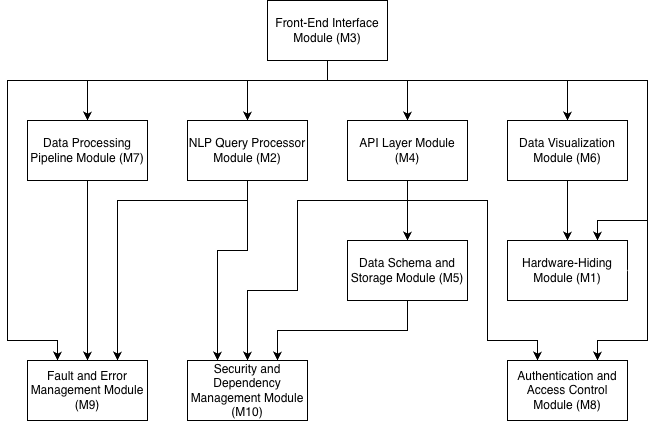
Above: docs/Design/SoftArchitecture/Uses Hierarchy.png in NathanPerry11/OCD-Rat-Infrastructure (draw.io), before the change. Source tidied: cells renumbered, new cells last; positions are measured from the earlier drawing's top-left corner, leaving out a move shared by most shapes.
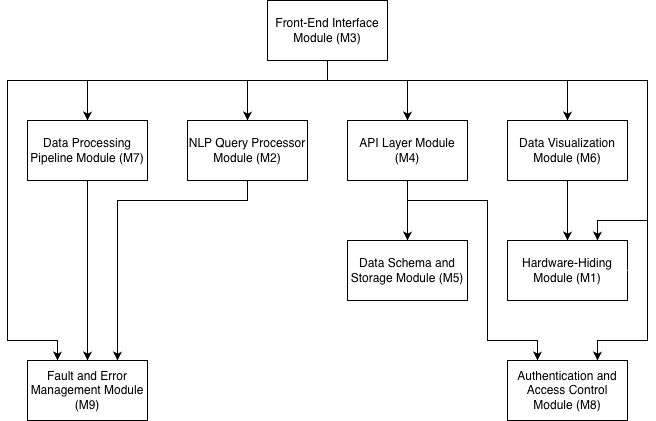
The same diagram one commit later.

Commit message:
Changed Use Hierarchy Diagram

Change to the diagram source:
```diff
@@ -16,14 +16,6 @@
         </Array>
       </mxGeometry>
     </mxCell>
-    <mxCell id="5" style="edgeStyle=orthogonalEdgeStyle;rounded=0;jettySize=auto;html=1;entryX=0.25;entryY=0;entryDx=0;entryDy=0;strokeColor=light-dark(#000000,#000000);" parent="1" edge="1" source="6" target="27">
-      <mxGeometry relative="1" as="geometry">
-        <Array as="points">
-          <mxPoint x="240" y="250" />
-          <mxPoint x="210" y="250" />
-        </Array>
-      </mxGeometry>
-    </mxCell>
     <mxCell id="6" value="&lt;font style=&quot;color: light-dark(rgb(0, 0, 0), rgb(0, 0, 0));&quot;&gt;NLP Query Processor Module (M2)&lt;/font&gt;" style="rounded=0;whiteSpace=wrap;html=1;fillColor=light-dark(#FFFFFF,#FFFFFF);perimeterSpacing=0;strokeWidth=1;strokeColor=light-dark(#000000,#000000);" parent="1" vertex="1">
       <mxGeometry x="180" y="120" width="120" height="60" as="geometry" />
     </mxCell>
@@ -95,17 +87,6 @@
     <mxCell id="15" style="edgeStyle=orthogonalEdgeStyle;rounded=0;jettySize=auto;html=1;entryX=0.5;entryY=0;entryDx=0;entryDy=0;strokeColor=light-dark(#000000,#000000);" parent="1" edge="1" source="18" target="20">
       <mxGeometry relative="1" as="geometry" />
     </mxCell>
-    <mxCell id="16" style="edgeStyle=orthogonalEdgeStyle;rounded=0;jettySize=auto;html=1;exitX=0;exitY=0.5;exitDx=0;exitDy=0;strokeColor=light-dark(#000000,#000000);entryX=0.5;entryY=0;entryDx=0;entryDy=0;" parent="1" edge="1" target="27">
-      <mxGeometry relative="1" as="geometry">
-        <mxPoint x="400" y="180" as="sourcePoint" />
-        <Array as="points">
-          <mxPoint x="400" y="200" />
-          <mxPoint x="290" y="200" />
-          <mxPoint x="290" y="290" />
-          <mxPoint x="240" y="290" />
-        </Array>
-      </mxGeometry>
-    </mxCell>
     <mxCell id="17" style="edgeStyle=orthogonalEdgeStyle;rounded=0;jettySize=auto;html=1;exitX=0.5;exitY=1;exitDx=0;exitDy=0;entryX=0.25;entryY=0;entryDx=0;entryDy=0;strokeColor=light-dark(#000000,#000000);" parent="1" edge="1" source="18" target="25">
       <mxGeometry relative="1" as="geometry">
         <Array as="points">
@@ -119,14 +100,6 @@
     <mxCell id="18" value="&lt;font style=&quot;color: light-dark(rgb(0, 0, 0), rgb(0, 0, 0));&quot;&gt;API Layer Module (M4)&lt;/font&gt;" style="rounded=0;whiteSpace=wrap;html=1;fillColor=light-dark(#FFFFFF,#FFFFFF);perimeterSpacing=0;strokeWidth=1;strokeColor=light-dark(#000000,#000000);" parent="1" vertex="1">
       <mxGeometry x="340" y="120" width="120" height="60" as="geometry" />
     </mxCell>
-    <mxCell id="19" style="edgeStyle=orthogonalEdgeStyle;rounded=0;jettySize=auto;html=1;entryX=0.75;entryY=0;entryDx=0;entryDy=0;strokeColor=light-dark(#000000,#000000);" parent="1" edge="1" source="20" target="27">
-      <mxGeometry relative="1" as="geometry">
-        <Array as="points">
-          <mxPoint x="400" y="330" />
-          <mxPoint x="270" y="330" />
-        </Array>
-      </mxGeometry>
-    </mxCell>
     <mxCell id="20" value="&lt;font style=&quot;color: light-dark(rgb(0, 0, 0), rgb(0, 0, 0));&quot;&gt;Data Schema and Storage Module (M5)&lt;/font&gt;" style="rounded=0;whiteSpace=wrap;html=1;fillColor=light-dark(#FFFFFF,#FFFFFF);perimeterSpacing=0;strokeWidth=1;strokeColor=light-dark(#000000,#000000);" parent="1" vertex="1">
       <mxGeometry x="340" y="240" width="120" height="60" as="geometry" />
     </mxCell>
@@ -148,8 +121,5 @@
     <mxCell id="26" value="&lt;font style=&quot;color: light-dark(rgb(0, 0, 0), rgb(0, 0, 0));&quot;&gt;Fault and Error Management Module (M9)&lt;/font&gt;" style="rounded=0;whiteSpace=wrap;html=1;fillColor=light-dark(#FFFFFF,#FFFFFF);perimeterSpacing=0;strokeWidth=1;strokeColor=light-dark(#000000,#000000);" parent="1" vertex="1">
       <mxGeometry x="20" y="360" width="120" height="60" as="geometry" />
     </mxCell>
-    <mxCell id="27" value="&lt;font style=&quot;color: light-dark(rgb(0, 0, 0), rgb(0, 0, 0));&quot;&gt;Security and Dependency Management Module (M10)&lt;/font&gt;" style="rounded=0;whiteSpace=wrap;html=1;fillColor=light-dark(#FFFFFF,#FFFFFF);perimeterSpacing=0;strokeWidth=1;strokeColor=light-dark(#000000,#000000);" parent="1" vertex="1">
-      <mxGeometry x="180" y="360" width="120" height="60" as="geometry" />
-    </mxCell>
   </root>
 </mxGraphModel>
```
